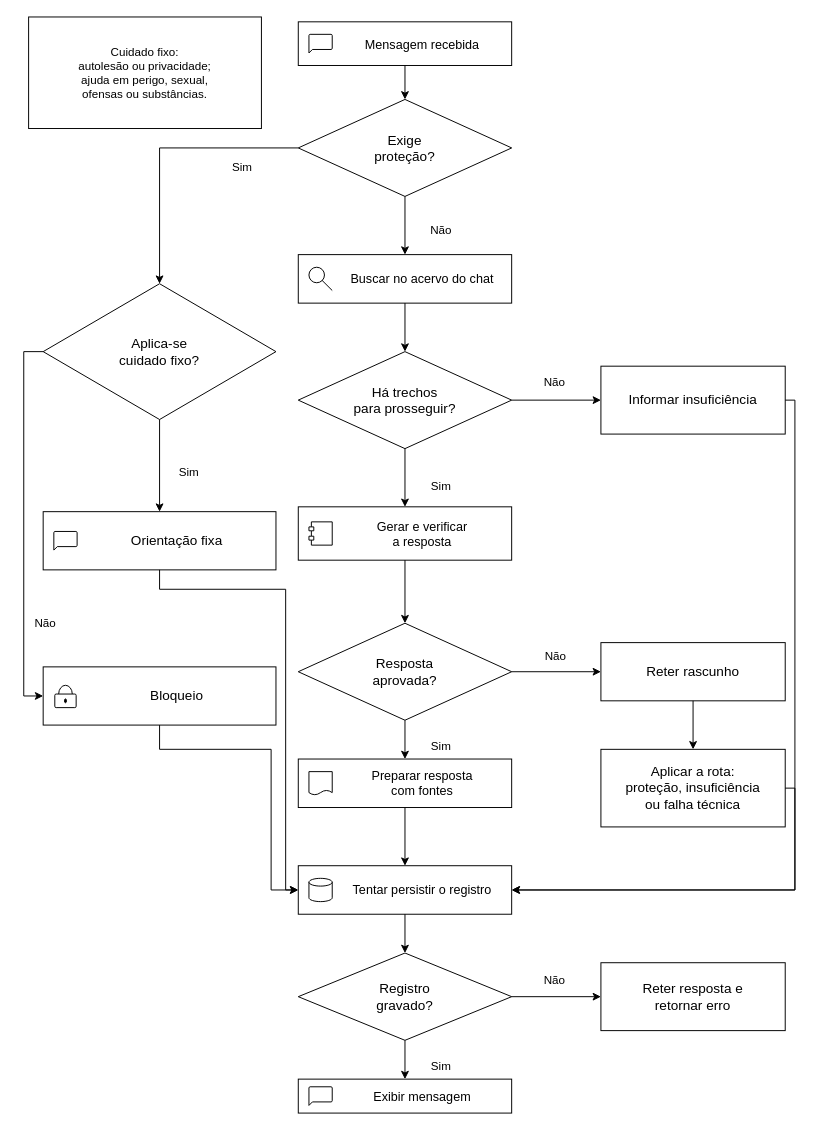
Above: diagramas/drawio/07_Regra_de_protecao.drawio in devfellsp/TCC-GUARDRAILS-FOR-CHILDREN- (draw.io), before the change. Source tidied: cells renumbered, new cells numbered last; positions are measured from the earlier drawing's top-left corner, leaving out a move shared by most shapes. Both pictures are drawn from the tidied source at 97%, with x=0, y=0 at pixel (23, 16).
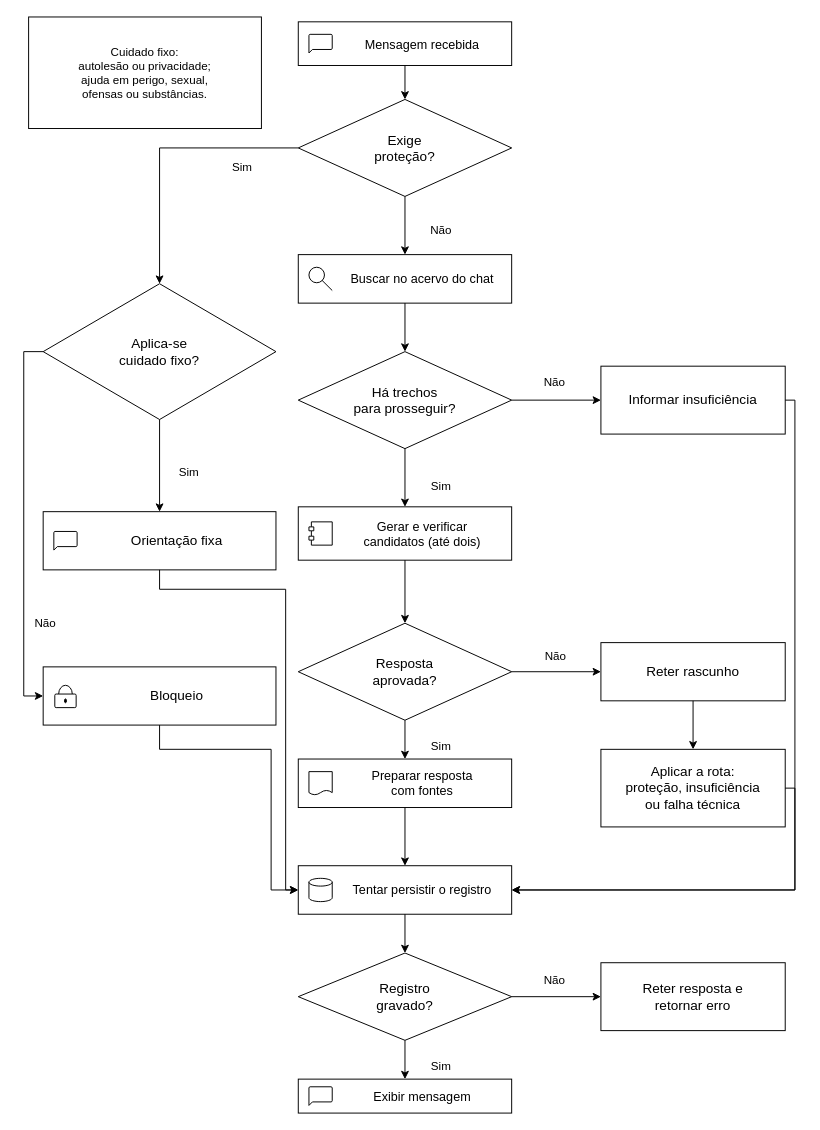
The same page after the edit.

What changed in the source:
```diff
@@
-    <mxCell id="10" value="Gerar e verificar&lt;br&gt;a resposta" style="rounded=0;whiteSpace=wrap;html=1;fontFamily=Arial;fontSize=14;strokeColor=#000000;fillColor=#FFFFFF;shadow=0;strokeWidth=1;fontSize=13;fontStyle=0;spacingLeft=44;spacingRight=8;" parent="1" vertex="1">
+    <mxCell id="10" value="Gerar e verificar&lt;br&gt;candidatos (até dois)" style="rounded=0;whiteSpace=wrap;html=1;fontFamily=Arial;fontSize=14;strokeColor=#000000;fillColor=#FFFFFF;shadow=0;strokeWidth=1;fontSize=13;fontStyle=0;spacingLeft=44;spacingRight=8;" parent="1" vertex="1">
       <mxGeometry x="283" y="505" width="220" height="55" as="geometry" />
     </mxCell>
```
